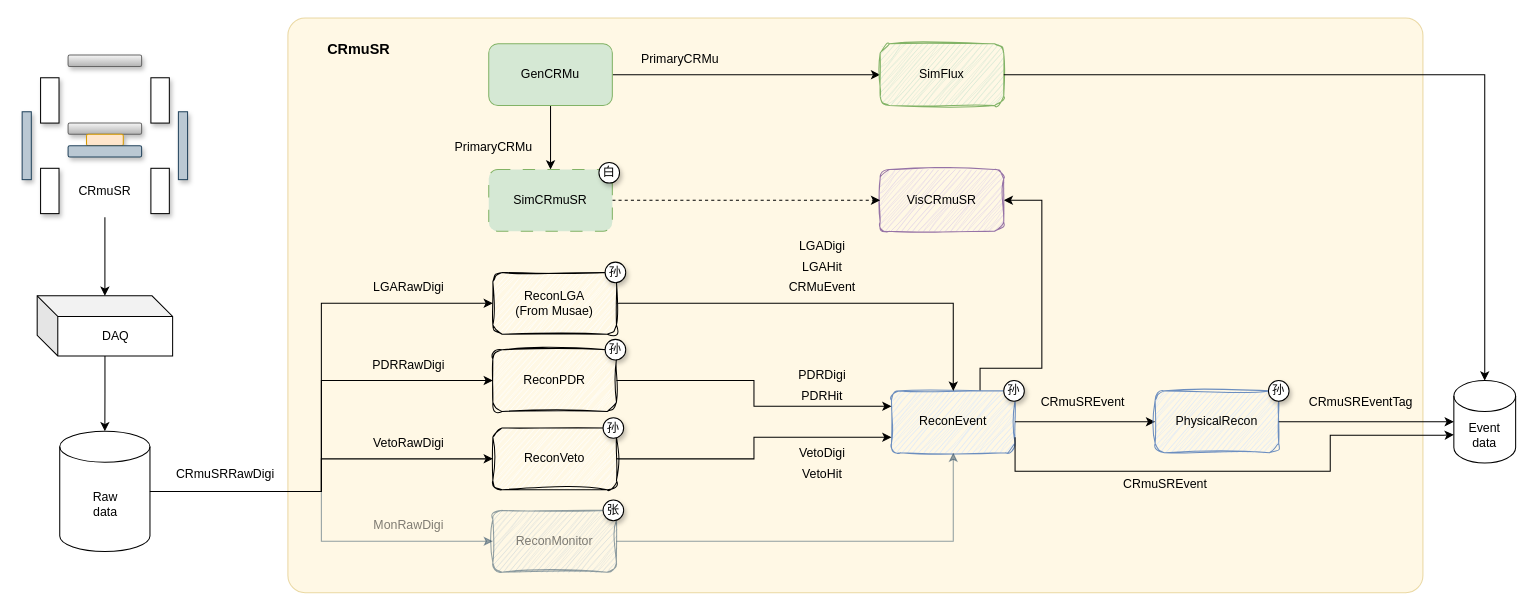
The draw.io diagram CRmuSRRecon.drawio in Lawrence-Sun/diagrams, before the edit. Source tidied: cells renumbered, new cells numbered last; positions are measured from the earlier drawing's top-left corner, leaving out a move shared by most shapes. Both pictures are drawn from the tidied source at 103%, with x=0, y=0 at pixel (22, 18).
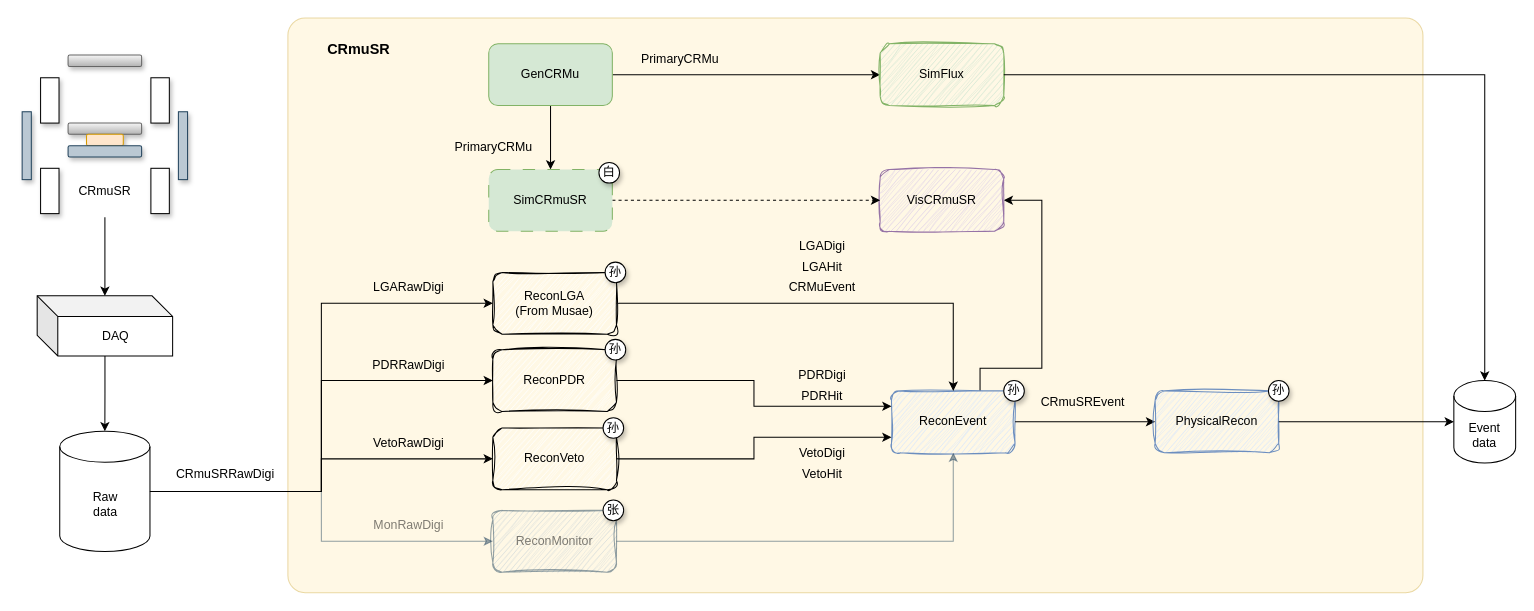
The same page after the edit.

The change refers to these unchanged cells:
```xml
<mxCell id="2" style="group;" parent="1" vertex="1">
  <mxGeometry width="1450" height="558" as="geometry" />
</mxCell>
<mxCell id="5" value="ReconEvent" style="rounded=1;whiteSpace=wrap;html=1;fillColor=#dae8fc;strokeColor=#6c8ebf;sketch=1;curveFitting=1;jiggle=2;" parent="2" vertex="1">
  <mxGeometry x="844" y="362" width="120" height="60" as="geometry" />
</mxCell>
<mxCell id="6" value="Event&lt;div&gt;data&lt;/div&gt;" style="shape=cylinder3;whiteSpace=wrap;html=1;boundedLbl=1;backgroundOutline=1;size=15;" parent="2" vertex="1">
  <mxGeometry x="1390" y="352" width="60" height="80" as="geometry" />
</mxCell>
```

Diff of the diagram source:
```diff
@@
-    <mxCell id="67" style="edgeStyle=orthogonalEdgeStyle;rounded=0;jettySize=auto;html=1;exitX=1;exitY=0.75;exitDx=0;exitDy=0;entryX=0;entryY=0;entryDx=0;entryDy=52.5;entryPerimeter=0;" parent="2" edge="1" source="5" target="6">
-      <mxGeometry relative="1" as="geometry">
-        <Array as="points">
-          <mxPoint x="964" y="440" />
-          <mxPoint x="1270" y="440" />
-          <mxPoint x="1270" y="405" />
-          <mxPoint x="1380" y="405" />
-        </Array>
-      </mxGeometry>
-    </mxCell>
@@
-    <mxCell id="69" value="CRmuSREvent" style="text;html=1;whiteSpace=wrap;strokeColor=none;fillColor=none;align=center;verticalAlign=middle;rounded=0;" parent="2" vertex="1">
-      <mxGeometry x="1080" y="438" width="60" height="30" as="geometry" />
-    </mxCell>
-    <mxCell id="70" value="CRmuSREventTag" style="text;html=1;whiteSpace=wrap;strokeColor=none;fillColor=none;align=center;verticalAlign=middle;rounded=0;" parent="2" vertex="1">
-      <mxGeometry x="1270" y="358" width="60" height="30" as="geometry" />
-    </mxCell>
```
